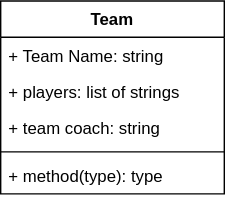
Above: single_class_lab_start_code/team_class/src/team classes.svg in randomlyalex-codeclan/classes_lab (draw.io), before the change. Source tidied: cells renumbered, new cells last; positions are measured from the earlier drawing's top-left corner, leaving out a move shared by most shapes.
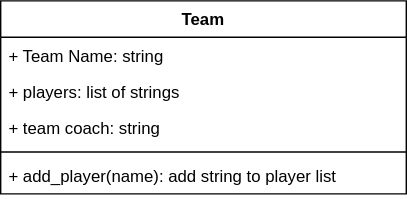
The same file after the commit.

What changed in the source:
```diff
@@ -3,22 +3,22 @@
     <mxCell id="0" />
     <mxCell id="1" parent="0" />
     <mxCell id="2" value="Team" style="swimlane;fontStyle=1;align=center;verticalAlign=top;horizontal=1;startSize=26;" parent="1" vertex="1">
-      <mxGeometry width="160" height="138" as="geometry" />
+      <mxGeometry width="290" height="138" as="geometry" />
     </mxCell>
     <mxCell id="3" value="+ Team Name: string" style="text;strokeColor=none;fillColor=none;align=left;verticalAlign=top;spacingLeft=4;spacingRight=4;overflow=hidden;" parent="2" vertex="1">
-      <mxGeometry y="26" width="160" height="26" as="geometry" />
+      <mxGeometry y="26" width="290" height="26" as="geometry" />
     </mxCell>
     <mxCell id="4" value="+ players: list of strings" style="text;strokeColor=none;fillColor=none;align=left;verticalAlign=top;spacingLeft=4;spacingRight=4;overflow=hidden;" parent="2" vertex="1">
-      <mxGeometry y="52" width="160" height="26" as="geometry" />
+      <mxGeometry y="52" width="290" height="26" as="geometry" />
     </mxCell>
     <mxCell id="5" value="+ team coach: string" style="text;strokeColor=none;fillColor=none;align=left;verticalAlign=top;spacingLeft=4;spacingRight=4;overflow=hidden;" parent="2" vertex="1">
-      <mxGeometry y="78" width="160" height="26" as="geometry" />
+      <mxGeometry y="78" width="290" height="26" as="geometry" />
     </mxCell>
     <mxCell id="6" style="line;strokeWidth=1;fillColor=none;align=left;verticalAlign=middle;spacingTop=-1;spacingLeft=3;spacingRight=3;labelPosition=right;" parent="2" vertex="1">
-      <mxGeometry y="104" width="160" height="8" as="geometry" />
+      <mxGeometry y="104" width="290" height="8" as="geometry" />
     </mxCell>
-    <mxCell id="7" value="+ method(type): type" style="text;strokeColor=none;fillColor=none;align=left;verticalAlign=top;spacingLeft=4;spacingRight=4;overflow=hidden;" parent="2" vertex="1">
-      <mxGeometry y="112" width="160" height="26" as="geometry" />
+    <mxCell id="7" value="+ add_player(name): add string to player list" style="text;strokeColor=none;fillColor=none;align=left;verticalAlign=top;spacingLeft=4;spacingRight=4;overflow=hidden;" parent="2" vertex="1">
+      <mxGeometry y="112" width="290" height="26" as="geometry" />
     </mxCell>
   </root>
 </mxGraphModel>
```
